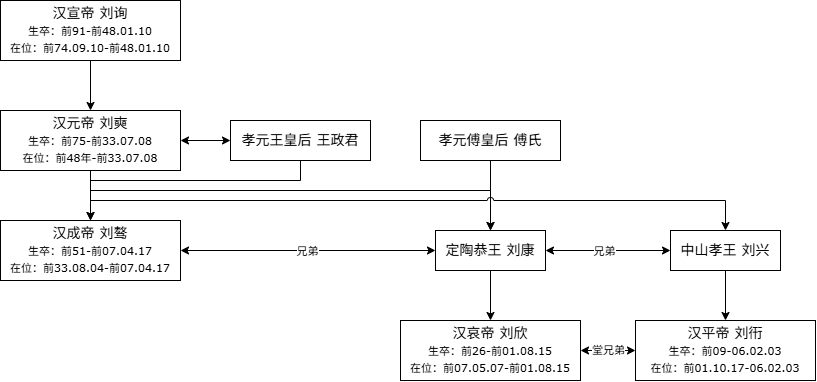
Above: pic/西汉历代皇帝.drawio.png in guxdong/imgrepo (draw.io), before the change. Source tidied: cells renumbered, new cells last; positions are measured from the earlier drawing's top-left corner, leaving out a move shared by most shapes.
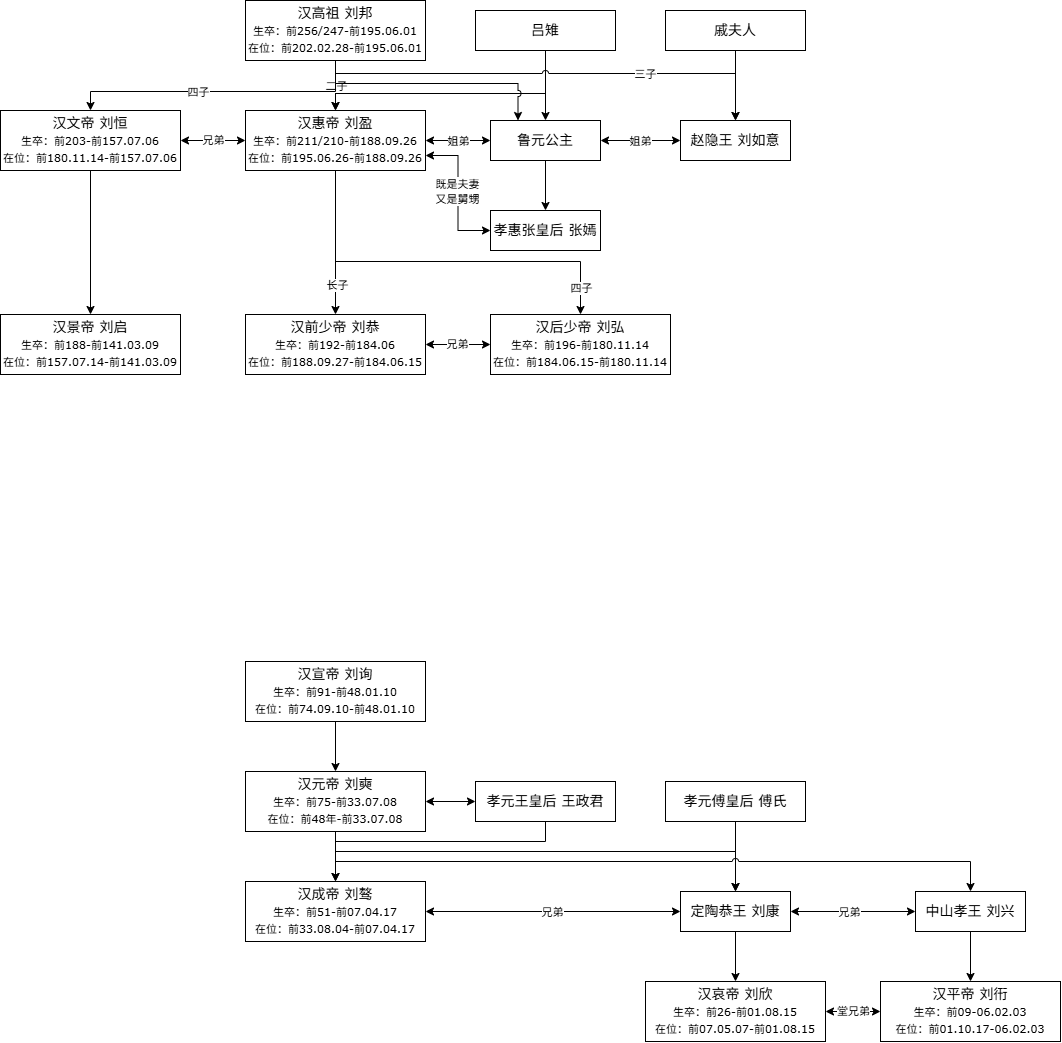
After the commit.

Commit message:
更新西汉历代皇帝.drawio.png

Change to the diagram source:
```diff
@@ -95,5 +95,149 @@
         <mxPoint x="-2" as="offset" />
       </mxGeometry>
     </mxCell>
+    <mxCell id="26" value="汉高祖 刘邦&lt;div&gt;&lt;font style=&quot;font-size: 11px;&quot;&gt;生卒：前256/247-前195.06.01&lt;/font&gt;&lt;/div&gt;&lt;div&gt;&lt;font style=&quot;font-size: 11px;&quot;&gt;在位：前202.02.28-前195.06.01&lt;/font&gt;&lt;/div&gt;" style="rounded=0;whiteSpace=wrap;html=1;fontFamily=Verdana;fontSize=14;" parent="1" vertex="1">
+      <mxGeometry y="-661" width="180" height="60" as="geometry" />
+    </mxCell>
+    <mxCell id="27" value="汉惠帝 刘盈&lt;div&gt;&lt;font style=&quot;font-size: 11px;&quot;&gt;生卒：前211/210-前188.09.26&lt;/font&gt;&lt;/div&gt;&lt;div&gt;&lt;font style=&quot;font-size: 11px;&quot;&gt;在位：前195.06.26-前188.09.26&lt;/font&gt;&lt;/div&gt;" style="rounded=0;whiteSpace=wrap;html=1;fontFamily=Verdana;fontSize=14;" parent="1" vertex="1">
+      <mxGeometry y="-551" width="180" height="60" as="geometry" />
+    </mxCell>
+    <mxCell id="28" value="&lt;font face=&quot;Verdana&quot;&gt;&lt;span style=&quot;font-size: 14px;&quot;&gt;吕雉&lt;/span&gt;&lt;/font&gt;" style="rounded=0;whiteSpace=wrap;html=1;" parent="1" vertex="1">
+      <mxGeometry x="230" y="-651" width="140" height="40" as="geometry" />
+    </mxCell>
+    <mxCell id="29" value="&lt;font face=&quot;Verdana&quot;&gt;&lt;span style=&quot;font-size: 14px;&quot;&gt;戚夫人&lt;/span&gt;&lt;/font&gt;" style="rounded=0;whiteSpace=wrap;html=1;" parent="1" vertex="1">
+      <mxGeometry x="420" y="-651" width="140" height="40" as="geometry" />
+    </mxCell>
+    <mxCell id="30" value="&lt;font face=&quot;Verdana&quot;&gt;&lt;span style=&quot;font-size: 14px;&quot;&gt;赵隐王 刘如意&lt;/span&gt;&lt;/font&gt;" style="rounded=0;whiteSpace=wrap;html=1;" parent="1" vertex="1">
+      <mxGeometry x="435" y="-541" width="110" height="40" as="geometry" />
+    </mxCell>
+    <mxCell id="31" value="&lt;font face=&quot;Verdana&quot;&gt;&lt;span style=&quot;font-size: 14px;&quot;&gt;鲁元公主&lt;/span&gt;&lt;/font&gt;" style="rounded=0;whiteSpace=wrap;html=1;" parent="1" vertex="1">
+      <mxGeometry x="245" y="-541" width="110" height="40" as="geometry" />
+    </mxCell>
+    <mxCell id="32" value="&lt;font face=&quot;Verdana&quot;&gt;&lt;span style=&quot;font-size: 14px;&quot;&gt;孝惠张皇后 张嫣&lt;/span&gt;&lt;/font&gt;" style="rounded=0;whiteSpace=wrap;html=1;" parent="1" vertex="1">
+      <mxGeometry x="245" y="-451" width="110" height="40" as="geometry" />
+    </mxCell>
+    <mxCell id="33" style="endArrow=classic;startArrow=classic;html=1;rounded=0;exitX=1;exitY=0.75;exitDx=0;exitDy=0;entryX=0;entryY=0.5;entryDx=0;entryDy=0;edgeStyle=orthogonalEdgeStyle;" parent="1" edge="1" source="27" target="32">
+      <mxGeometry relative="1" as="geometry" />
+    </mxCell>
+    <mxCell id="34" value="&lt;font face=&quot;Verdana&quot;&gt;既是夫妻&lt;/font&gt;&lt;div&gt;&lt;font face=&quot;Verdana&quot;&gt;又是舅甥&lt;/font&gt;&lt;/div&gt;" style="edgeLabel;html=1;align=center;verticalAlign=middle;" parent="33" vertex="1">
+      <mxGeometry x="-0.04" y="-1" relative="1" as="geometry">
+        <mxPoint y="1" as="offset" />
+      </mxGeometry>
+    </mxCell>
+    <mxCell id="35" value="汉前少帝 刘恭&lt;div&gt;&lt;font style=&quot;font-size: 11px;&quot;&gt;生卒：前192-前184.06&lt;/font&gt;&lt;/div&gt;&lt;div&gt;&lt;font style=&quot;font-size: 11px;&quot;&gt;在位：前188.09.27-前184.06.15&lt;/font&gt;&lt;/div&gt;" style="rounded=0;whiteSpace=wrap;html=1;fontFamily=Verdana;fontSize=14;" parent="1" vertex="1">
+      <mxGeometry y="-347" width="180" height="60" as="geometry" />
+    </mxCell>
+    <mxCell id="36" style="endArrow=classic;html=1;rounded=0;exitX=0.5;exitY=1;exitDx=0;exitDy=0;entryX=0.5;entryY=0;entryDx=0;entryDy=0;" parent="1" edge="1" source="26" target="27">
+      <mxGeometry relative="1" as="geometry" />
+    </mxCell>
+    <mxCell id="37" value="二子" style="edgeLabel;html=1;align=center;verticalAlign=middle;" parent="36" vertex="1">
+      <mxGeometry x="-0.02" relative="1" as="geometry" />
+    </mxCell>
+    <mxCell id="38" style="endArrow=classic;html=1;rounded=0;exitX=0.5;exitY=1;exitDx=0;exitDy=0;entryX=0.5;entryY=0;entryDx=0;entryDy=0;edgeStyle=orthogonalEdgeStyle;" parent="1" edge="1" source="28" target="27">
+      <mxGeometry relative="1" as="geometry">
+        <Array as="points">
+          <mxPoint x="300" y="-568" />
+          <mxPoint x="90" y="-568" />
+        </Array>
+      </mxGeometry>
+    </mxCell>
+    <mxCell id="39" style="endArrow=classic;html=1;rounded=0;exitX=0.5;exitY=1;exitDx=0;exitDy=0;edgeStyle=orthogonalEdgeStyle;entryX=0.25;entryY=0;entryDx=0;entryDy=0;jumpStyle=arc;" parent="1" edge="1" source="26" target="31">
+      <mxGeometry relative="1" as="geometry">
+        <Array as="points">
+          <mxPoint x="90" y="-578" />
+          <mxPoint x="272.5" y="-578" />
+        </Array>
+      </mxGeometry>
+    </mxCell>
+    <mxCell id="40" style="endArrow=classic;html=1;rounded=0;entryX=0.5;entryY=0;entryDx=0;entryDy=0;exitX=0.5;exitY=1;exitDx=0;exitDy=0;" parent="1" edge="1" source="28" target="31">
+      <mxGeometry relative="1" as="geometry" />
+    </mxCell>
+    <mxCell id="41" style="endArrow=classic;html=1;rounded=0;exitX=0.5;exitY=1;exitDx=0;exitDy=0;entryX=0.5;entryY=0;entryDx=0;entryDy=0;" parent="1" edge="1" source="31" target="32">
+      <mxGeometry relative="1" as="geometry" />
+    </mxCell>
+    <mxCell id="42" style="endArrow=classic;html=1;rounded=0;exitX=0.5;exitY=1;exitDx=0;exitDy=0;entryX=0.5;entryY=0;entryDx=0;entryDy=0;" parent="1" edge="1" source="29" target="30">
+      <mxGeometry relative="1" as="geometry" />
+    </mxCell>
+    <mxCell id="43" style="endArrow=classic;html=1;rounded=0;exitX=0.5;exitY=1;exitDx=0;exitDy=0;entryX=0.5;entryY=0;entryDx=0;entryDy=0;edgeStyle=orthogonalEdgeStyle;jumpStyle=arc;" parent="1" edge="1" source="26" target="30">
+      <mxGeometry relative="1" as="geometry">
+        <Array as="points">
+          <mxPoint x="90" y="-588" />
+          <mxPoint x="490" y="-588" />
+        </Array>
+      </mxGeometry>
+    </mxCell>
+    <mxCell id="44" value="三子" style="edgeLabel;html=1;align=center;verticalAlign=middle;" parent="43" vertex="1">
+      <mxGeometry x="0.4" relative="1" as="geometry" />
+    </mxCell>
+    <mxCell id="45" value="汉后少帝 刘弘&lt;div&gt;&lt;font style=&quot;font-size: 11px;&quot;&gt;生卒：前196-前180.11.14&lt;/font&gt;&lt;/div&gt;&lt;div&gt;&lt;font style=&quot;font-size: 11px;&quot;&gt;在位：前184.06.15-前180.11.14&lt;/font&gt;&lt;/div&gt;" style="rounded=0;whiteSpace=wrap;html=1;fontFamily=Verdana;fontSize=14;" parent="1" vertex="1">
+      <mxGeometry x="245" y="-347" width="180" height="60" as="geometry" />
+    </mxCell>
+    <mxCell id="46" style="endArrow=classic;startArrow=classic;html=1;rounded=0;exitX=1;exitY=0.5;exitDx=0;exitDy=0;entryX=0;entryY=0.5;entryDx=0;entryDy=0;" parent="1" edge="1" source="35" target="45">
+      <mxGeometry relative="1" as="geometry" />
+    </mxCell>
+    <mxCell id="47" value="兄弟" style="edgeLabel;html=1;align=center;verticalAlign=middle;" parent="46" vertex="1">
+      <mxGeometry x="-0.02" y="1" relative="1" as="geometry">
+        <mxPoint x="-1" as="offset" />
+      </mxGeometry>
+    </mxCell>
+    <mxCell id="48" style="endArrow=classic;html=1;rounded=0;exitX=0.5;exitY=1;exitDx=0;exitDy=0;entryX=0.5;entryY=0;entryDx=0;entryDy=0;" parent="1" edge="1" source="27" target="35">
+      <mxGeometry relative="1" as="geometry" />
+    </mxCell>
+    <mxCell id="49" value="长子" style="edgeLabel;html=1;align=center;verticalAlign=middle;" parent="48" vertex="1">
+      <mxGeometry x="0.58" y="1" relative="1" as="geometry" />
+    </mxCell>
+    <mxCell id="50" style="endArrow=classic;html=1;rounded=0;exitX=0.5;exitY=1;exitDx=0;exitDy=0;entryX=0.5;entryY=0;entryDx=0;entryDy=0;edgeStyle=orthogonalEdgeStyle;" parent="1" edge="1" source="27" target="45">
+      <mxGeometry relative="1" as="geometry">
+        <Array as="points">
+          <mxPoint x="90" y="-400" />
+          <mxPoint x="335" y="-400" />
+        </Array>
+      </mxGeometry>
+    </mxCell>
+    <mxCell id="51" value="四子" style="edgeLabel;html=1;align=center;verticalAlign=middle;" parent="50" vertex="1">
+      <mxGeometry x="0.86" relative="1" as="geometry" />
+    </mxCell>
+    <mxCell id="52" style="endArrow=classic;startArrow=classic;html=1;rounded=0;entryX=0;entryY=0.5;entryDx=0;entryDy=0;exitX=1;exitY=0.5;exitDx=0;exitDy=0;" parent="1" edge="1" source="27" target="31">
+      <mxGeometry relative="1" as="geometry" />
+    </mxCell>
+    <mxCell id="53" value="姐弟" style="edgeLabel;html=1;align=center;verticalAlign=middle;" parent="52" vertex="1">
+      <mxGeometry x="-0.02" relative="1" as="geometry" />
+    </mxCell>
+    <mxCell id="54" style="endArrow=classic;startArrow=classic;html=1;rounded=0;entryX=0;entryY=0.5;entryDx=0;entryDy=0;exitX=1;exitY=0.5;exitDx=0;exitDy=0;" parent="1" edge="1" source="31" target="30">
+      <mxGeometry relative="1" as="geometry" />
+    </mxCell>
+    <mxCell id="55" value="姐弟" style="edgeLabel;html=1;align=center;verticalAlign=middle;" parent="54" vertex="1">
+      <mxGeometry x="-0.03" relative="1" as="geometry" />
+    </mxCell>
+    <mxCell id="56" value="汉文帝 刘恒&lt;div&gt;&lt;font style=&quot;font-size: 11px;&quot;&gt;生卒：前203-前157&lt;/font&gt;&lt;span style=&quot;font-size: 11px; background-color: transparent; color: light-dark(rgb(0, 0, 0), rgb(255, 255, 255));&quot;&gt;.07.06&lt;/span&gt;&lt;/div&gt;&lt;div&gt;&lt;font style=&quot;font-size: 11px;&quot;&gt;在位：前180.11.14-前157.07.06&lt;/font&gt;&lt;/div&gt;" style="rounded=0;whiteSpace=wrap;html=1;fontFamily=Verdana;fontSize=14;" parent="1" vertex="1">
+      <mxGeometry x="-245" y="-551" width="180" height="60" as="geometry" />
+    </mxCell>
+    <mxCell id="57" style="endArrow=classic;html=1;rounded=0;exitX=0.5;exitY=1;exitDx=0;exitDy=0;entryX=0.5;entryY=0;entryDx=0;entryDy=0;edgeStyle=orthogonalEdgeStyle;" parent="1" edge="1" source="26" target="56">
+      <mxGeometry relative="1" as="geometry">
+        <Array as="points">
+          <mxPoint x="90" y="-570" />
+          <mxPoint x="-155" y="-570" />
+        </Array>
+      </mxGeometry>
+    </mxCell>
+    <mxCell id="58" value="四子" style="edgeLabel;html=1;align=center;verticalAlign=middle;" parent="57" vertex="1">
+      <mxGeometry x="0.15" relative="1" as="geometry">
+        <mxPoint x="1" as="offset" />
+      </mxGeometry>
+    </mxCell>
+    <mxCell id="59" style="endArrow=classic;startArrow=classic;html=1;rounded=0;entryX=0;entryY=0.5;entryDx=0;entryDy=0;exitX=1;exitY=0.5;exitDx=0;exitDy=0;" parent="1" edge="1" source="56" target="27">
+      <mxGeometry relative="1" as="geometry" />
+    </mxCell>
+    <mxCell id="60" value="兄弟" style="edgeLabel;html=1;align=center;verticalAlign=middle;" parent="59" vertex="1">
+      <mxGeometry y="2" relative="1" as="geometry">
+        <mxPoint x="-1" y="1" as="offset" />
+      </mxGeometry>
+    </mxCell>
+    <mxCell id="61" value="汉景帝 刘启&lt;div&gt;&lt;font style=&quot;font-size: 11px;&quot;&gt;生卒：&lt;/font&gt;&lt;span style=&quot;background-color: transparent; font-size: 11px;&quot;&gt;前188-前141.03.09&lt;/span&gt;&lt;/div&gt;&lt;div&gt;&lt;font style=&quot;font-size: 11px;&quot;&gt;在位：前157.07.14-前141.03.09&lt;/font&gt;&lt;/div&gt;" style="rounded=0;whiteSpace=wrap;html=1;fontFamily=Verdana;fontSize=14;" parent="1" vertex="1">
+      <mxGeometry x="-245" y="-347" width="180" height="60" as="geometry" />
+    </mxCell>
+    <mxCell id="62" style="endArrow=classic;html=1;rounded=0;exitX=0.5;exitY=1;exitDx=0;exitDy=0;entryX=0.5;entryY=0;entryDx=0;entryDy=0;" parent="1" edge="1" source="56" target="61">
+      <mxGeometry relative="1" as="geometry" />
+    </mxCell>
   </root>
 </mxGraphModel>
```
